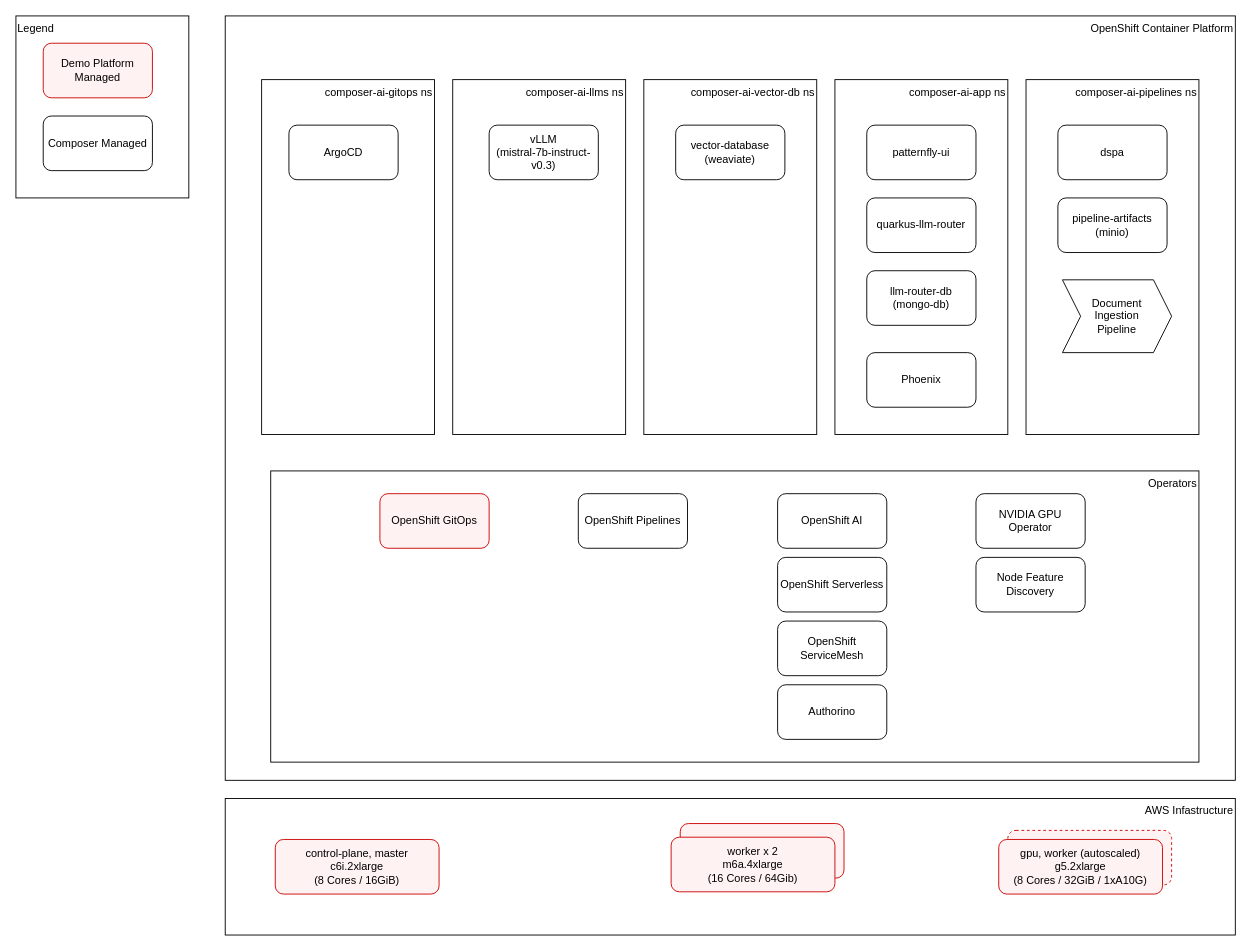
Earlier version of the draw.io diagram diagrams/cluster-diagram-v2.drawio (redhat-composer-ai/getting-started). Source tidied: cells renumbered, new cells numbered last; positions are measured from the earlier drawing's top-left corner, leaving out a move shared by most shapes. Both pictures are drawn from the tidied source at 91%, with x=0, y=0 at pixel (15, 15).
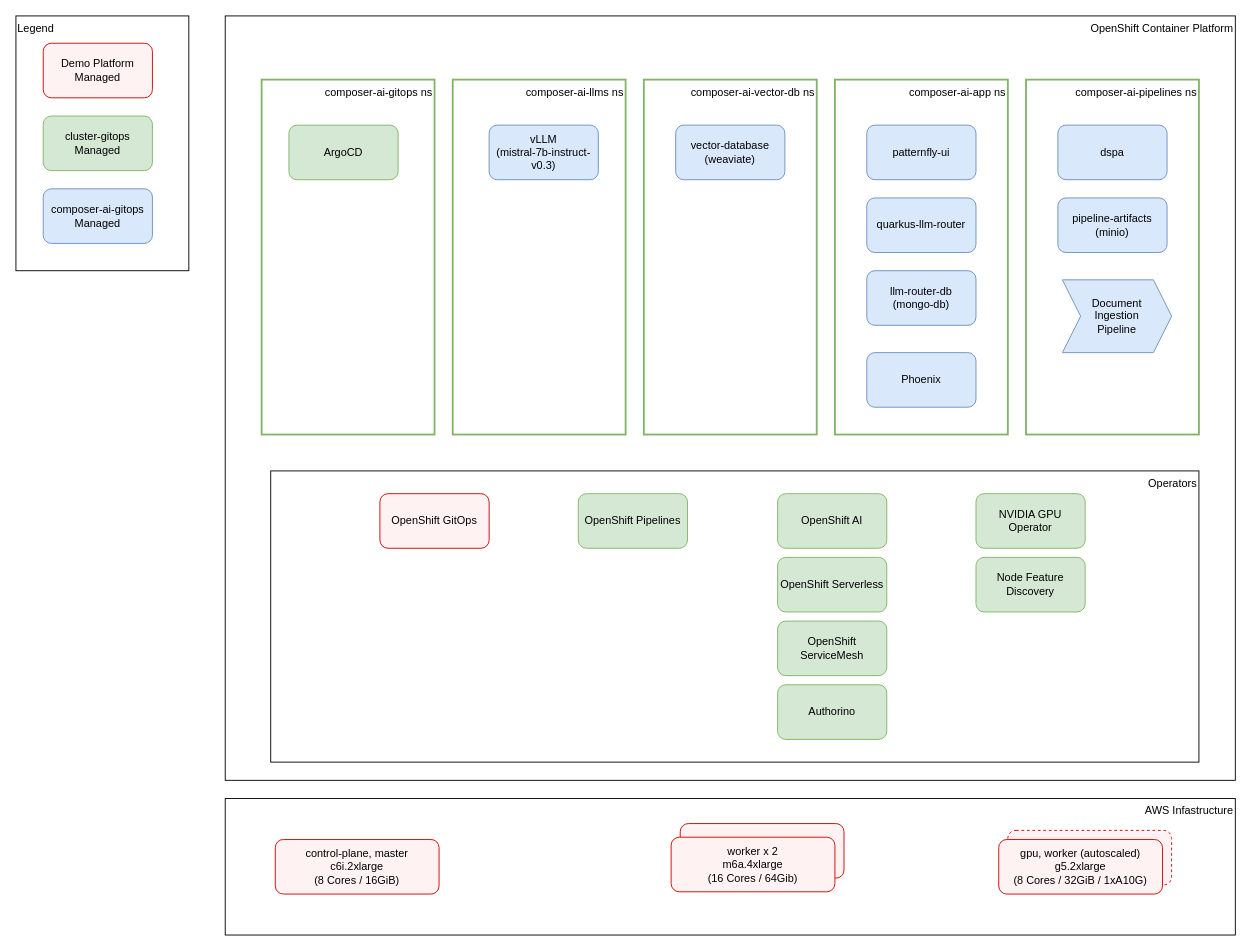
The same diagram, later.

Commit message (it also covers changes not shown here):
update management colors

Change to the diagram source:
```diff
@@
-    <mxCell id="3" value="composer-ai-vector-db ns" style="rounded=0;whiteSpace=wrap;html=1;align=right;verticalAlign=top;" parent="1" vertex="1">
+    <mxCell id="3" value="composer-ai-vector-db ns" style="rounded=0;whiteSpace=wrap;html=1;align=right;verticalAlign=top;strokeWidth=2;fillColor=#FFFFFF;strokeColor=#82b366;" parent="1" vertex="1">
       <mxGeometry x="690" y="70" width="190" height="390" as="geometry" />
     </mxCell>
@@
-    <mxCell id="6" value="OpenShift Pipelines" style="rounded=1;whiteSpace=wrap;html=1;" parent="1" vertex="1">
+    <mxCell id="6" value="OpenShift Pipelines" style="rounded=1;whiteSpace=wrap;html=1;fillColor=#d5e8d4;strokeColor=#82b366;" parent="1" vertex="1">
       <mxGeometry x="618" y="525" width="120" height="60" as="geometry" />
     </mxCell>
-    <mxCell id="7" value="OpenShift AI" style="rounded=1;whiteSpace=wrap;html=1;" parent="1" vertex="1">
+    <mxCell id="7" value="OpenShift AI" style="rounded=1;whiteSpace=wrap;html=1;fillColor=#d5e8d4;strokeColor=#82b366;" parent="1" vertex="1">
       <mxGeometry x="837" y="525" width="120" height="60" as="geometry" />
     </mxCell>
-    <mxCell id="8" value="OpenShift Serverless" style="rounded=1;whiteSpace=wrap;html=1;" parent="1" vertex="1">
+    <mxCell id="8" value="OpenShift Serverless" style="rounded=1;whiteSpace=wrap;html=1;fillColor=#d5e8d4;strokeColor=#82b366;" parent="1" vertex="1">
       <mxGeometry x="837" y="595" width="120" height="60" as="geometry" />
     </mxCell>
-    <mxCell id="9" value="OpenShift ServiceMesh" style="rounded=1;whiteSpace=wrap;html=1;" parent="1" vertex="1">
+    <mxCell id="9" value="OpenShift ServiceMesh" style="rounded=1;whiteSpace=wrap;html=1;fillColor=#d5e8d4;strokeColor=#82b366;" parent="1" vertex="1">
       <mxGeometry x="837" y="665" width="120" height="60" as="geometry" />
     </mxCell>
-    <mxCell id="10" value="Authorino" style="rounded=1;whiteSpace=wrap;html=1;" parent="1" vertex="1">
+    <mxCell id="10" value="Authorino" style="rounded=1;whiteSpace=wrap;html=1;fillColor=#d5e8d4;strokeColor=#82b366;" parent="1" vertex="1">
       <mxGeometry x="837" y="735" width="120" height="60" as="geometry" />
     </mxCell>
-    <mxCell id="11" value="NVIDIA GPU Operator" style="rounded=1;whiteSpace=wrap;html=1;" parent="1" vertex="1">
+    <mxCell id="11" value="NVIDIA GPU Operator" style="rounded=1;whiteSpace=wrap;html=1;fillColor=#d5e8d4;strokeColor=#82b366;" parent="1" vertex="1">
       <mxGeometry x="1055" y="525" width="120" height="60" as="geometry" />
     </mxCell>
-    <mxCell id="12" value="Node Feature Discovery" style="rounded=1;whiteSpace=wrap;html=1;" parent="1" vertex="1">
+    <mxCell id="12" value="Node Feature Discovery" style="rounded=1;whiteSpace=wrap;html=1;fillColor=#d5e8d4;strokeColor=#82b366;" parent="1" vertex="1">
       <mxGeometry x="1055" y="595" width="120" height="60" as="geometry" />
     </mxCell>
@@
-    <mxCell id="16" value="composer-ai-gitops ns" style="rounded=0;whiteSpace=wrap;html=1;align=right;verticalAlign=top;" parent="1" vertex="1">
+    <mxCell id="16" value="composer-ai-gitops ns" style="rounded=0;whiteSpace=wrap;html=1;align=right;verticalAlign=top;fillColor=#FFFFFF;strokeColor=#82b366;strokeWidth=2;" parent="1" vertex="1">
       <mxGeometry x="270" y="70" width="190" height="390" as="geometry" />
     </mxCell>
-    <mxCell id="17" value="ArgoCD" style="rounded=1;whiteSpace=wrap;html=1;" parent="1" vertex="1">
+    <mxCell id="17" value="ArgoCD" style="rounded=1;whiteSpace=wrap;html=1;fillColor=#d5e8d4;strokeColor=#82b366;" parent="1" vertex="1">
       <mxGeometry x="300" y="120" width="120" height="60" as="geometry" />
     </mxCell>
-    <mxCell id="18" value="composer-ai-llms ns" style="rounded=0;whiteSpace=wrap;html=1;align=right;verticalAlign=top;" parent="1" vertex="1">
+    <mxCell id="18" value="composer-ai-llms ns" style="rounded=0;whiteSpace=wrap;html=1;align=right;verticalAlign=top;strokeWidth=2;fillColor=#FFFFFF;strokeColor=#82b366;" parent="1" vertex="1">
       <mxGeometry x="480" y="70" width="190" height="390" as="geometry" />
     </mxCell>
-    <mxCell id="19" value="vLLM&lt;br&gt;(mistral-7b-instruct-v0.3)" style="rounded=1;whiteSpace=wrap;html=1;" parent="1" vertex="1">
+    <mxCell id="19" value="vLLM&lt;br&gt;(mistral-7b-instruct-v0.3)" style="rounded=1;whiteSpace=wrap;html=1;fillColor=#dae8fc;strokeColor=#6c8ebf;" parent="1" vertex="1">
       <mxGeometry x="520" y="120" width="120" height="60" as="geometry" />
     </mxCell>
-    <mxCell id="20" value="composer-ai-app ns" style="rounded=0;whiteSpace=wrap;html=1;align=right;verticalAlign=top;" parent="1" vertex="1">
+    <mxCell id="20" value="composer-ai-app ns" style="rounded=0;whiteSpace=wrap;html=1;align=right;verticalAlign=top;fillColor=#FFFFFF;strokeColor=#82b366;strokeWidth=2;" parent="1" vertex="1">
       <mxGeometry x="900" y="70" width="190" height="390" as="geometry" />
     </mxCell>
-    <mxCell id="21" value="patternfly-ui" style="rounded=1;whiteSpace=wrap;html=1;" parent="1" vertex="1">
+    <mxCell id="21" value="patternfly-ui" style="rounded=1;whiteSpace=wrap;html=1;fillColor=#dae8fc;strokeColor=#6c8ebf;" parent="1" vertex="1">
       <mxGeometry x="935" y="120" width="120" height="60" as="geometry" />
     </mxCell>
-    <mxCell id="22" value="quarkus-llm-router" style="rounded=1;whiteSpace=wrap;html=1;" parent="1" vertex="1">
+    <mxCell id="22" value="quarkus-llm-router" style="rounded=1;whiteSpace=wrap;html=1;fillColor=#dae8fc;strokeColor=#6c8ebf;" parent="1" vertex="1">
       <mxGeometry x="935" y="200" width="120" height="60" as="geometry" />
     </mxCell>
-    <mxCell id="23" value="vector-database&lt;br&gt;(weaviate)" style="rounded=1;whiteSpace=wrap;html=1;" parent="1" vertex="1">
+    <mxCell id="23" value="vector-database&lt;br&gt;(weaviate)" style="rounded=1;whiteSpace=wrap;html=1;fillColor=#dae8fc;strokeColor=#6c8ebf;" parent="1" vertex="1">
       <mxGeometry x="725" y="120" width="120" height="60" as="geometry" />
     </mxCell>
-    <mxCell id="24" value="composer-ai-pipelines ns" style="rounded=0;whiteSpace=wrap;html=1;align=right;verticalAlign=top;" parent="1" vertex="1">
+    <mxCell id="24" value="composer-ai-pipelines ns" style="rounded=0;whiteSpace=wrap;html=1;align=right;verticalAlign=top;fillColor=#FFFFFF;strokeColor=#82b366;strokeWidth=2;" parent="1" vertex="1">
       <mxGeometry x="1110" y="70" width="190" height="390" as="geometry" />
     </mxCell>
-    <mxCell id="25" value="dspa" style="rounded=1;whiteSpace=wrap;html=1;" parent="1" vertex="1">
+    <mxCell id="25" value="dspa" style="rounded=1;whiteSpace=wrap;html=1;fillColor=#dae8fc;strokeColor=#6c8ebf;" parent="1" vertex="1">
       <mxGeometry x="1145" y="120" width="120" height="60" as="geometry" />
     </mxCell>
-    <mxCell id="26" value="pipeline-artifacts&lt;br&gt;(minio)" style="rounded=1;whiteSpace=wrap;html=1;" parent="1" vertex="1">
+    <mxCell id="26" value="pipeline-artifacts&lt;br&gt;(minio)" style="rounded=1;whiteSpace=wrap;html=1;fillColor=#dae8fc;strokeColor=#6c8ebf;" parent="1" vertex="1">
       <mxGeometry x="1145" y="200" width="120" height="60" as="geometry" />
     </mxCell>
-    <mxCell id="27" value="Document &lt;br&gt;Ingestion &lt;br&gt;Pipeline" style="shape=step;perimeter=stepPerimeter;whiteSpace=wrap;html=1;fixedSize=1;" parent="1" vertex="1">
+    <mxCell id="27" value="Document &lt;br&gt;Ingestion &lt;br&gt;Pipeline" style="shape=step;perimeter=stepPerimeter;whiteSpace=wrap;html=1;fixedSize=1;fillColor=#dae8fc;strokeColor=#6c8ebf;" parent="1" vertex="1">
       <mxGeometry x="1150" y="290" width="120" height="80" as="geometry" />
     </mxCell>
-    <mxCell id="28" value="Phoenix" style="rounded=1;whiteSpace=wrap;html=1;" parent="1" vertex="1">
+    <mxCell id="28" value="Phoenix" style="rounded=1;whiteSpace=wrap;html=1;fillColor=#dae8fc;strokeColor=#6c8ebf;" parent="1" vertex="1">
       <mxGeometry x="935" y="370" width="120" height="60" as="geometry" />
     </mxCell>
-    <mxCell id="29" value="llm-router-db&lt;br&gt;(mongo-db)" style="rounded=1;whiteSpace=wrap;html=1;" parent="1" vertex="1">
+    <mxCell id="29" value="llm-router-db&lt;br&gt;(mongo-db)" style="rounded=1;whiteSpace=wrap;html=1;fillColor=#dae8fc;strokeColor=#6c8ebf;" parent="1" vertex="1">
       <mxGeometry x="935" y="280" width="120" height="60" as="geometry" />
     </mxCell>
@@
     <mxCell id="33" value="Legend" style="rounded=0;whiteSpace=wrap;html=1;strokeColor=#000000;fillColor=default;align=left;verticalAlign=top;" parent="1" vertex="1">
-      <mxGeometry width="190" height="200" as="geometry" />
+      <mxGeometry width="190" height="280" as="geometry" />
     </mxCell>
@@
-    <mxCell id="35" value="Composer Managed" style="rounded=1;whiteSpace=wrap;html=1;" parent="1" vertex="1">
+    <mxCell id="35" value="cluster-gitops Managed" style="rounded=1;whiteSpace=wrap;html=1;fillColor=#d5e8d4;strokeColor=#82b366;" parent="1" vertex="1">
       <mxGeometry x="30" y="110" width="120" height="60" as="geometry" />
     </mxCell>
+    <mxCell id="36" value="composer-ai-gitops Managed" style="rounded=1;whiteSpace=wrap;html=1;fillColor=#dae8fc;strokeColor=#6c8ebf;" parent="1" vertex="1">
+      <mxGeometry x="30" y="190" width="120" height="60" as="geometry" />
+    </mxCell>
```
